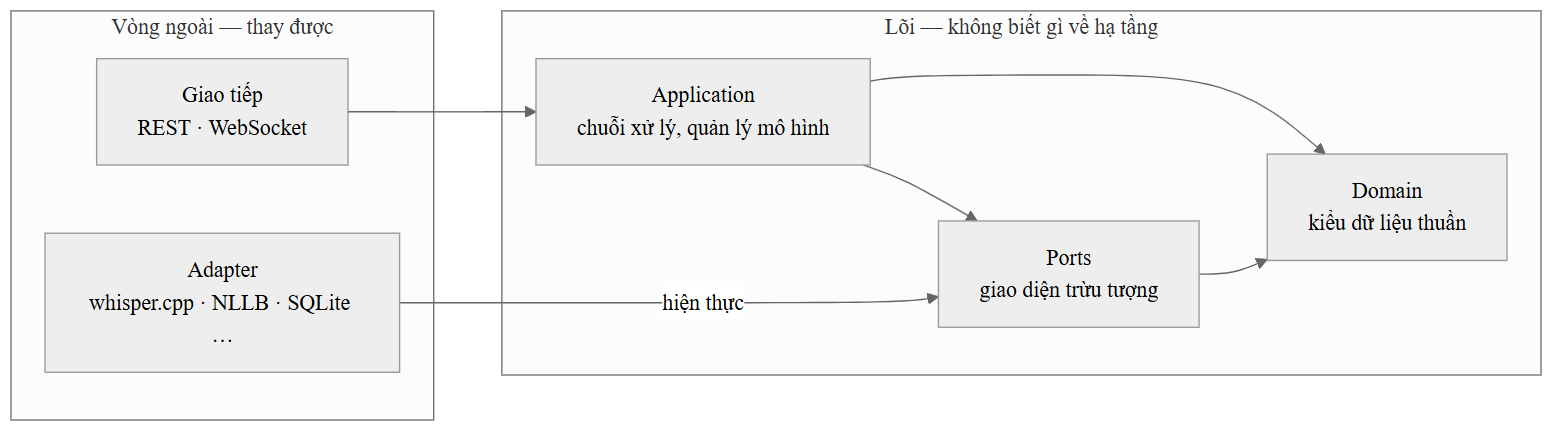
Earlier version of the Mermaid export docs/gvhd/khoa-luan-hinh/h2-1-luc-giac.png (RokeyHung/local-live-voice-translator). Its source is kept beside it as docs/gvhd/khoa-luan-hinh/src/h2-1-luc-giac.mmd. The source it was exported from:
```mermaid
flowchart LR
    subgraph outer["Vòng ngoài — thay được"]
        TR["Giao tiếp<br/>REST · WebSocket"]
        AD["Adapter<br/>whisper.cpp · NLLB · SQLite …"]
    end
    subgraph core["Lõi — không biết gì về hạ tầng"]
        AP["Application<br/>chuỗi xử lý, quản lý mô hình"]
        PO["Ports<br/>giao diện trừu tượng"]
        DO["Domain<br/>kiểu dữ liệu thuần"]
    end
    TR --> AP
    AD -->|"hiện thực"| PO
    AP --> PO
    AP --> DO
    PO --> DO
```
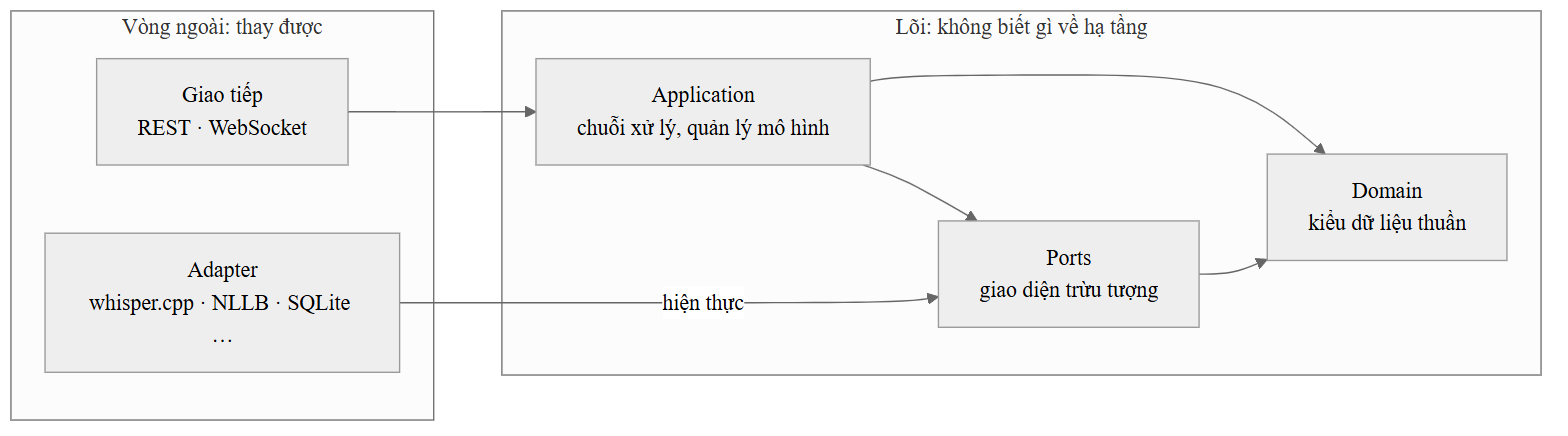
Above is the later version.

What changed in the source:
```diff
@@ -1,9 +1,9 @@
 flowchart LR
-    subgraph outer["Vòng ngoài — thay được"]
+    subgraph outer["Vòng ngoài: thay được"]
         TR["Giao tiếp<br/>REST · WebSocket"]
         AD["Adapter<br/>whisper.cpp · NLLB · SQLite …"]
     end
-    subgraph core["Lõi — không biết gì về hạ tầng"]
+    subgraph core["Lõi: không biết gì về hạ tầng"]
         AP["Application<br/>chuỗi xử lý, quản lý mô hình"]
         PO["Ports<br/>giao diện trừu tượng"]
         DO["Domain<br/>kiểu dữ liệu thuần"]
```
